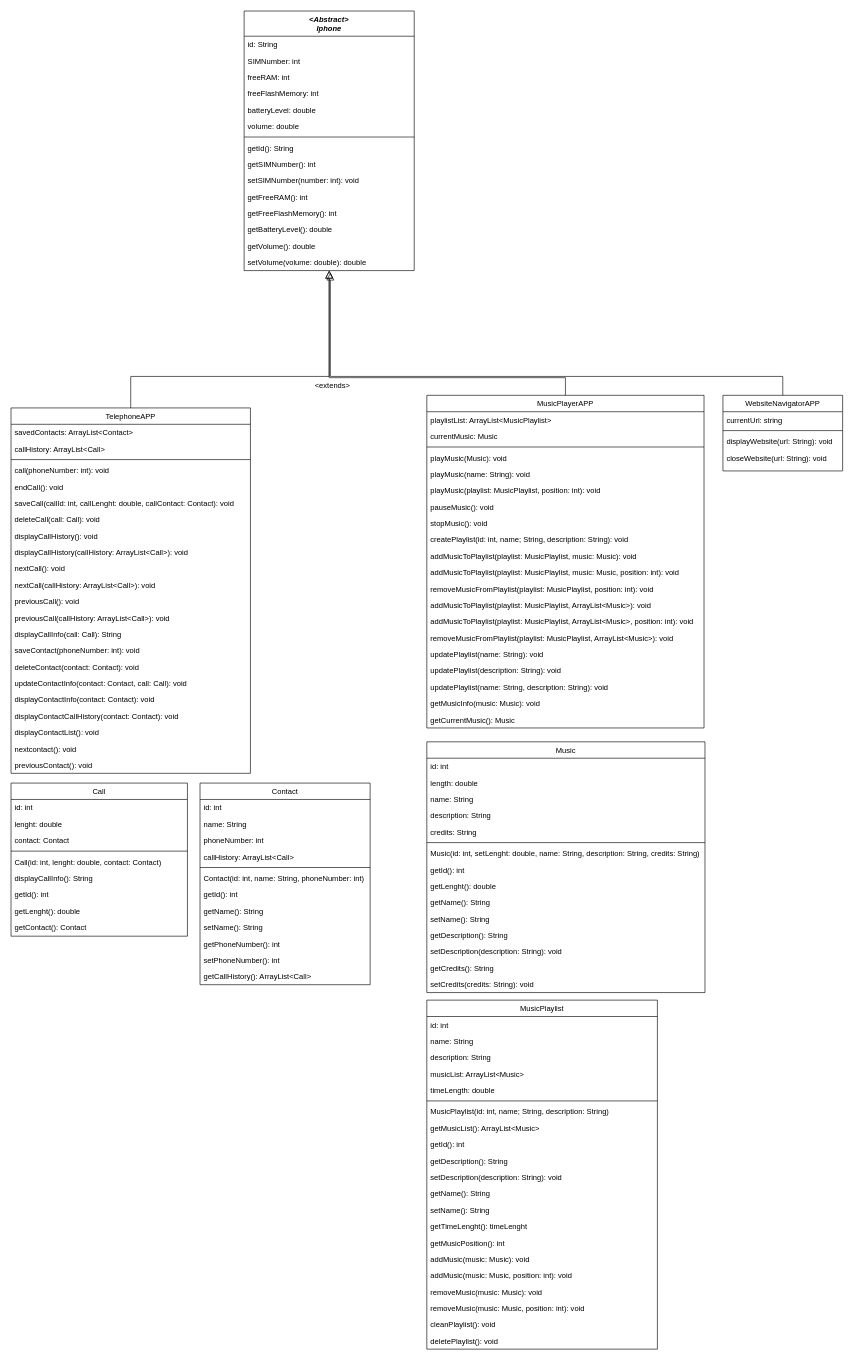
Above: iphone.drawio in pedrogamedev/DIO-UMLIphone (draw.io), before the change. Source tidied: cells renumbered, new cells numbered last; positions are measured from the earlier drawing's top-left corner, leaving out a move shared by most shapes. Both pictures are drawn from the tidied source at 63%, with x=0, y=0 at pixel (11, 11).
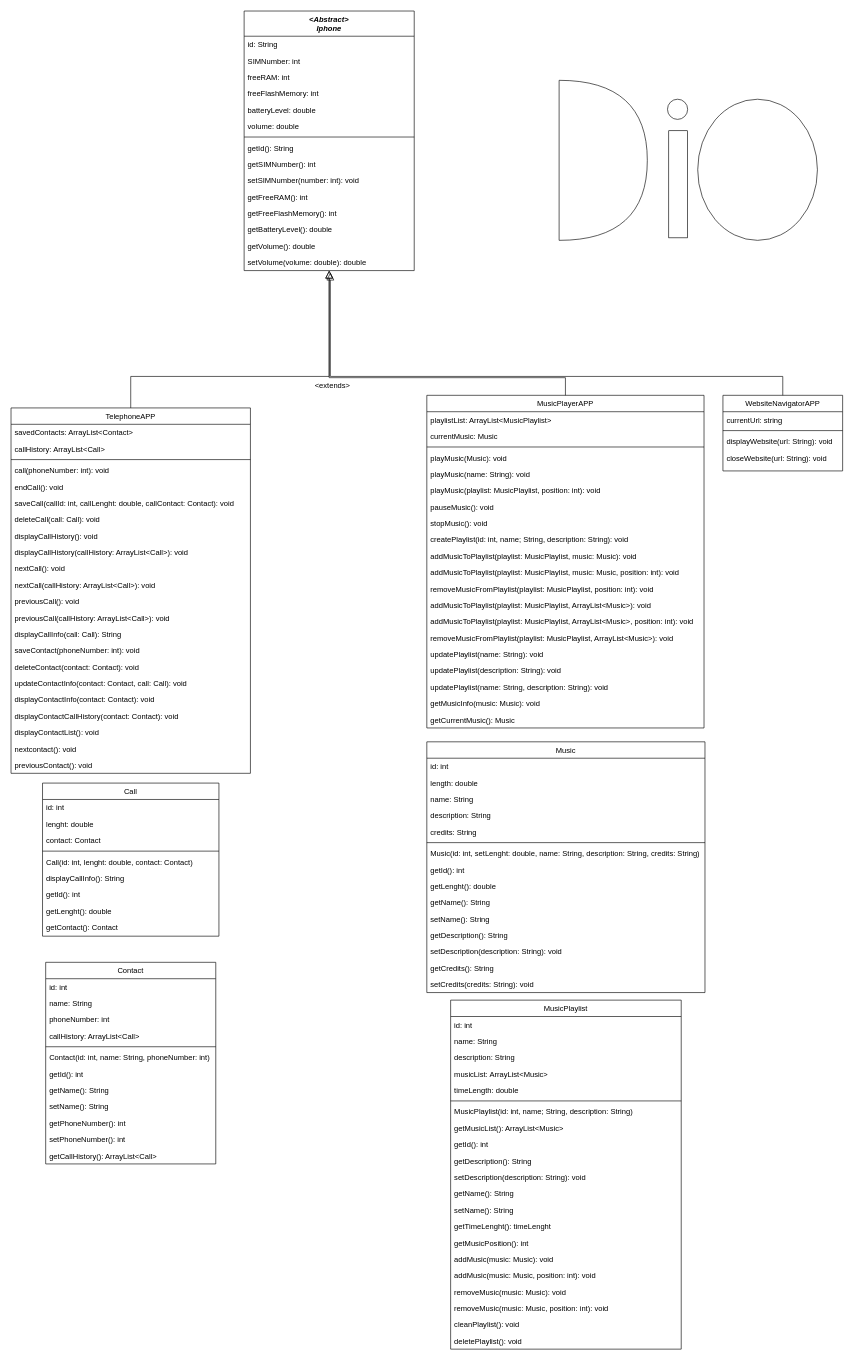
After the change.

What changed in the source:
```diff
@@
     <mxCell id="65" value="MusicPlaylist" style="swimlane;fontStyle=0;align=center;verticalAlign=top;horizontal=1;startSize=26;rounded=0;shadow=0;strokeWidth=1;" parent="1" vertex="1">
-      <mxGeometry x="660" y="1570" width="366" height="554" as="geometry" />
+      <mxGeometry x="697.8" y="1570" width="366" height="554" as="geometry" />
     </mxCell>
@@
     <mxCell id="103" value="Contact" style="swimlane;fontStyle=0;align=center;verticalAlign=top;horizontal=1;startSize=26;rounded=0;shadow=0;strokeWidth=1;" parent="1" vertex="1">
-      <mxGeometry x="300" y="1225.5" width="270" height="320" as="geometry" />
+      <mxGeometry x="55" y="1510" width="270" height="320" as="geometry" />
     </mxCell>
@@
     <mxCell id="117" value="Call" style="swimlane;fontStyle=0;align=center;verticalAlign=top;horizontal=1;startSize=26;rounded=0;shadow=0;strokeWidth=1;" parent="1" vertex="1">
-      <mxGeometry y="1225.5" width="280" height="243" as="geometry" />
+      <mxGeometry x="50" y="1225.5" width="280" height="243" as="geometry" />
     </mxCell>
@@
+    <mxCell id="133" style="shape=or;whiteSpace=wrap;html=1;" parent="1" vertex="1">
+      <mxGeometry x="870" y="110" width="140" height="254" as="geometry" />
+    </mxCell>
+    <mxCell id="134" style="rounded=0;whiteSpace=wrap;html=1;" parent="1" vertex="1">
+      <mxGeometry x="1044" y="190" width="30" height="170" as="geometry" />
+    </mxCell>
+    <mxCell id="135" style="ellipse;whiteSpace=wrap;html=1;" parent="1" vertex="1">
+      <mxGeometry x="1042" y="140" width="32" height="32" as="geometry" />
+    </mxCell>
+    <mxCell id="136" style="ellipse;whiteSpace=wrap;html=1;" parent="1" vertex="1">
+      <mxGeometry x="1090" y="140" width="190" height="224" as="geometry" />
+    </mxCell>
```
